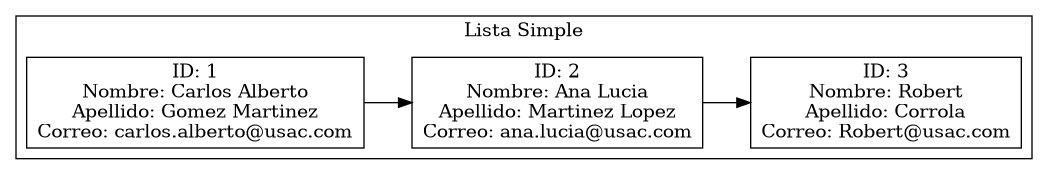
Before: Fase#2/Reportes/ListaUsuariosSimple.png, a diagram exported from Graphviz (Farot30/-EDD-1S2025_202307820). Its source is kept beside it as Fase#2/Reportes/ListaUsuariosSimple.dot. The source it was exported from:
```dot
digraph G {
rankdir=LR;
node [shape=box];
subgraph cluster_ListaSimple {
label = "Lista Simple";
node0 [label="ID: 1\nNombre: Carlos Alberto\nApellido: Gomez Martinez\nCorreo: carlos.alberto@usac.com"];
node0 -> node1;
node1 [label="ID: 2\nNombre: Ana Lucia\nApellido: Martinez Lopez\nCorreo: ana.lucia@usac.com"];
node1 -> node2;
node2 [label="ID: 3\nNombre: Robert\nApellido: Corrola\nCorreo: Robert@usac.com"];
}
}
```
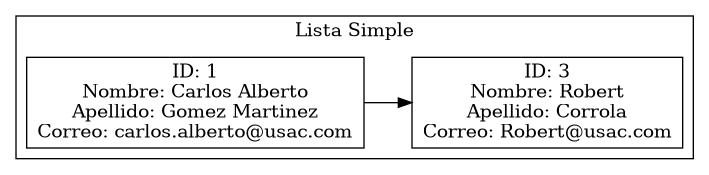
After the change.

The edit, as a diff of the source:
```diff
@@ -5,8 +5,6 @@
 label = "Lista Simple";
 node0 [label="ID: 1\nNombre: Carlos Alberto\nApellido: Gomez Martinez\nCorreo: carlos.alberto@usac.com"];
 node0 -> node1;
-node1 [label="ID: 2\nNombre: Ana Lucia\nApellido: Martinez Lopez\nCorreo: ana.lucia@usac.com"];
-node1 -> node2;
-node2 [label="ID: 3\nNombre: Robert\nApellido: Corrola\nCorreo: Robert@usac.com"];
+node1 [label="ID: 3\nNombre: Robert\nApellido: Corrola\nCorreo: Robert@usac.com"];
 }
 }
```
